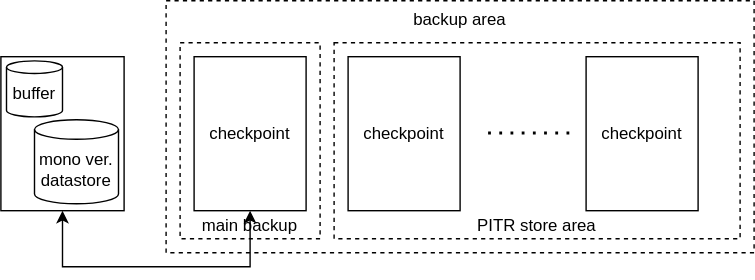
This is docs/backup3.drawio.svg from project-tsurugi/limestone, a draw.io export, as it was before one commit. Source tidied: cells renumbered, new cells last; positions are measured from the earlier drawing's top-left corner, leaving out a move shared by most shapes.
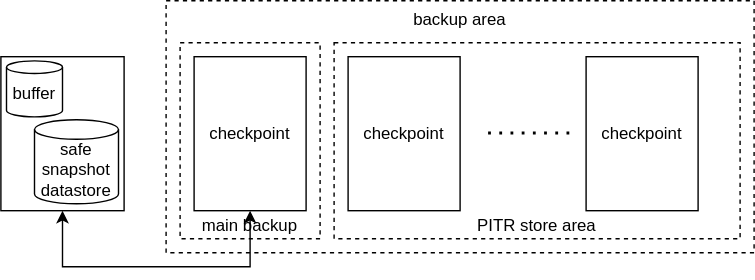
After the commit.

What changed in the source:
```diff
@@ -14,7 +14,7 @@
     <mxCell id="5" style="rounded=0;whiteSpace=wrap;html=1;strokeWidth=1;verticalAlign=top;align=left;" parent="1" vertex="1">
       <mxGeometry y="40" width="88" height="110" as="geometry" />
     </mxCell>
-    <mxCell id="6" value="mono ver.&lt;br&gt;datastore" style="shape=cylinder3;whiteSpace=wrap;html=1;boundedLbl=1;backgroundOutline=1;size=7;strokeWidth=1;" parent="1" vertex="1">
+    <mxCell id="6" value="safe snapshot&lt;br&gt;datastore" style="shape=cylinder3;whiteSpace=wrap;html=1;boundedLbl=1;backgroundOutline=1;size=7;strokeWidth=1;" parent="1" vertex="1">
       <mxGeometry x="24" y="85" width="60" height="60" as="geometry" />
     </mxCell>
     <mxCell id="7" value="buffer" style="shape=cylinder3;whiteSpace=wrap;html=1;boundedLbl=1;backgroundOutline=1;size=4.5;strokeWidth=1;" parent="1" vertex="1">
```
